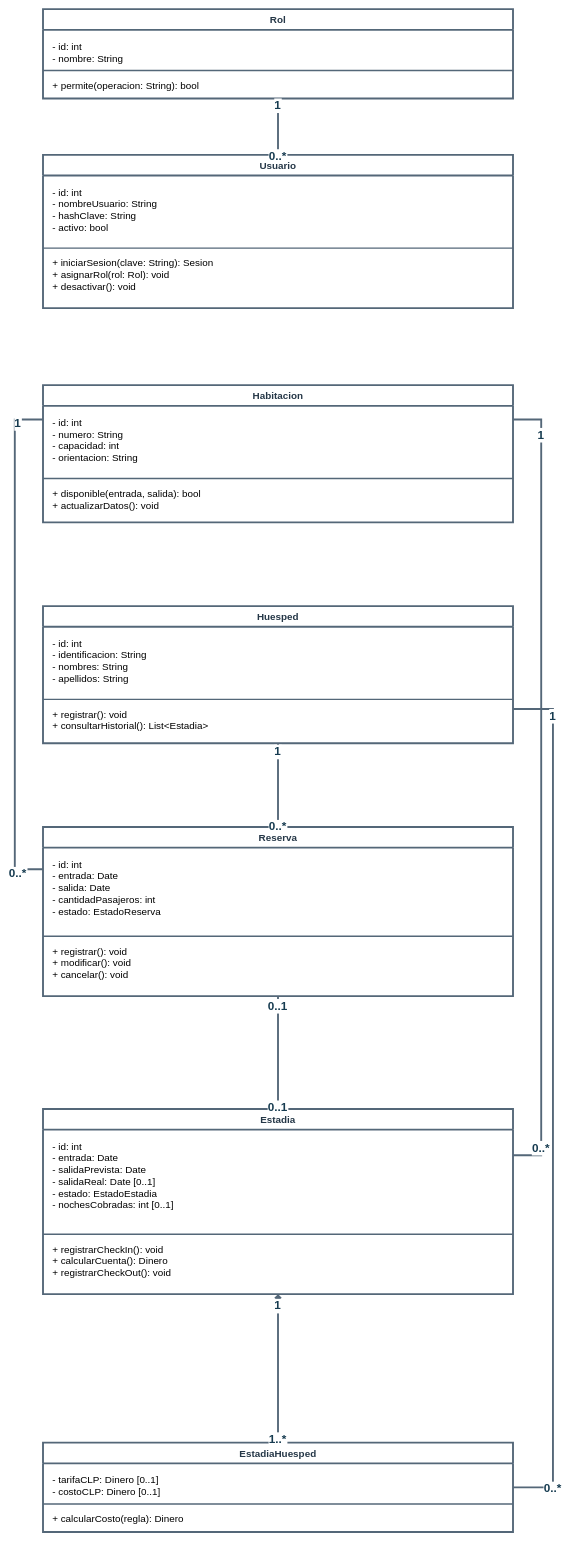
Yutre3/hotel-duerme-bien keeps this draw.io diagram as diagramas-editables/diagrama-de-clases.drawio. Above is the earlier version. Source tidied: cells renumbered, new cells numbered last; positions are measured from the earlier drawing's top-left corner, leaving out a move shared by most shapes. Both pictures are drawn from the tidied source at 47%, with x=0, y=0 at pixel (15, 9).
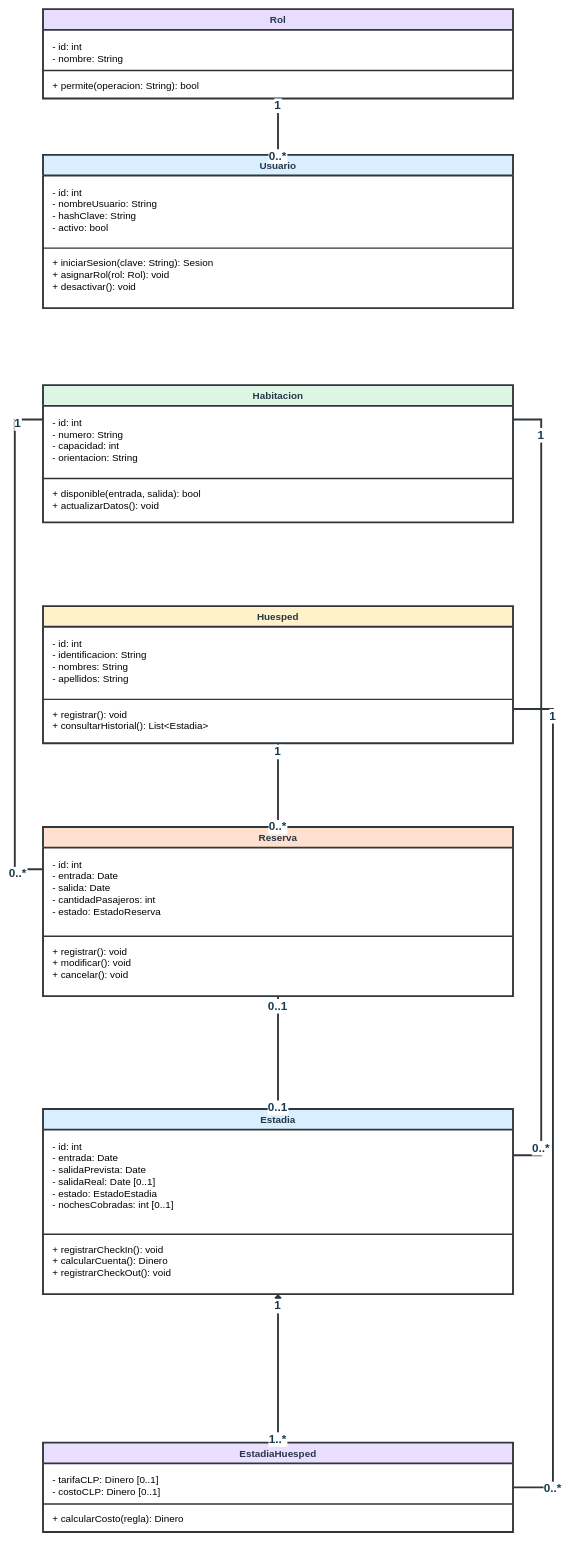
The same diagram, later.

Diff of the diagram source:
```diff
@@
-    <mxCell id="2" value="Rol" style="shape=swimlane;startSize=44;horizontal=1;html=0;whiteSpace=wrap;strokeColor=#546778;strokeWidth=4;fillColor=#ffffff;fontColor=#253747;fontSize=21;fontStyle=1;" parent="1" vertex="1">
+    <mxCell id="2" value="Rol" style="shape=swimlane;startSize=44;horizontal=1;html=0;whiteSpace=wrap;strokeColor=#30363b;strokeWidth=4;fillColor=#e8ddff;fontColor=#253747;fontSize=21;fontStyle=1;" parent="1" vertex="1">
       <mxGeometry x="60" width="1000" height="190" as="geometry" />
     </mxCell>
@@
-    <mxCell id="5" style="shape=line;strokeColor=#546778;strokeWidth=3;" parent="2" vertex="1">
+    <mxCell id="5" style="shape=line;strokeColor=#30363b;strokeWidth=3;" parent="2" vertex="1">
       <mxGeometry y="130" width="1000" height="1" as="geometry" />
     </mxCell>
-    <mxCell id="6" value="Usuario" style="shape=swimlane;startSize=44;horizontal=1;html=0;whiteSpace=wrap;strokeColor=#546778;strokeWidth=4;fillColor=#ffffff;fontColor=#253747;fontSize=21;fontStyle=1;" parent="1" vertex="1">
+    <mxCell id="6" value="Usuario" style="shape=swimlane;startSize=44;horizontal=1;html=0;whiteSpace=wrap;strokeColor=#30363b;strokeWidth=4;fillColor=#d9efff;fontColor=#253747;fontSize=21;fontStyle=1;" parent="1" vertex="1">
       <mxGeometry x="60" y="310" width="1000" height="326" as="geometry" />
     </mxCell>
@@
-    <mxCell id="9" style="shape=line;strokeColor=#546778;strokeWidth=3;" parent="6" vertex="1">
+    <mxCell id="9" style="shape=line;strokeColor=#30363b;strokeWidth=3;" parent="6" vertex="1">
       <mxGeometry y="198" width="1000" height="1" as="geometry" />
     </mxCell>
-    <mxCell id="10" value="Habitacion" style="shape=swimlane;startSize=44;horizontal=1;html=0;whiteSpace=wrap;strokeColor=#546778;strokeWidth=4;fillColor=#ffffff;fontColor=#253747;fontSize=21;fontStyle=1;" parent="1" vertex="1">
+    <mxCell id="10" value="Habitacion" style="shape=swimlane;startSize=44;horizontal=1;html=0;whiteSpace=wrap;strokeColor=#30363b;strokeWidth=4;fillColor=#dff5e3;fontColor=#253747;fontSize=21;fontStyle=1;" parent="1" vertex="1">
       <mxGeometry x="60" y="800" width="1000" height="292" as="geometry" />
     </mxCell>
@@
-    <mxCell id="13" style="shape=line;strokeColor=#546778;strokeWidth=3;" parent="10" vertex="1">
+    <mxCell id="13" style="shape=line;strokeColor=#30363b;strokeWidth=3;" parent="10" vertex="1">
       <mxGeometry y="198" width="1000" height="1" as="geometry" />
     </mxCell>
-    <mxCell id="14" value="Huesped" style="shape=swimlane;startSize=44;horizontal=1;html=0;whiteSpace=wrap;strokeColor=#546778;strokeWidth=4;fillColor=#ffffff;fontColor=#253747;fontSize=21;fontStyle=1;" parent="1" vertex="1">
+    <mxCell id="14" value="Huesped" style="shape=swimlane;startSize=44;horizontal=1;html=0;whiteSpace=wrap;strokeColor=#30363b;strokeWidth=4;fillColor=#fff1c9;fontColor=#253747;fontSize=21;fontStyle=1;" parent="1" vertex="1">
       <mxGeometry x="60" y="1270" width="1000" height="292" as="geometry" />
     </mxCell>
@@
-    <mxCell id="17" style="shape=line;strokeColor=#546778;strokeWidth=3;" parent="14" vertex="1">
+    <mxCell id="17" style="shape=line;strokeColor=#30363b;strokeWidth=3;" parent="14" vertex="1">
       <mxGeometry y="198" width="1000" height="1" as="geometry" />
     </mxCell>
-    <mxCell id="18" value="Reserva" style="shape=swimlane;startSize=44;horizontal=1;html=0;whiteSpace=wrap;strokeColor=#546778;strokeWidth=4;fillColor=#ffffff;fontColor=#253747;fontSize=21;fontStyle=1;" parent="1" vertex="1">
+    <mxCell id="18" value="Reserva" style="shape=swimlane;startSize=44;horizontal=1;html=0;whiteSpace=wrap;strokeColor=#30363b;strokeWidth=4;fillColor=#ffe0cf;fontColor=#253747;fontSize=21;fontStyle=1;" parent="1" vertex="1">
       <mxGeometry x="60" y="1740" width="1000" height="360" as="geometry" />
     </mxCell>
@@
-    <mxCell id="21" style="shape=line;strokeColor=#546778;strokeWidth=3;" parent="18" vertex="1">
+    <mxCell id="21" style="shape=line;strokeColor=#30363b;strokeWidth=3;" parent="18" vertex="1">
       <mxGeometry y="232" width="1000" height="1" as="geometry" />
     </mxCell>
-    <mxCell id="22" value="Estadia" style="shape=swimlane;startSize=44;horizontal=1;html=0;whiteSpace=wrap;strokeColor=#546778;strokeWidth=4;fillColor=#ffffff;fontColor=#253747;fontSize=21;fontStyle=1;" parent="1" vertex="1">
+    <mxCell id="22" value="Estadia" style="shape=swimlane;startSize=44;horizontal=1;html=0;whiteSpace=wrap;strokeColor=#30363b;strokeWidth=4;fillColor=#d9efff;fontColor=#253747;fontSize=21;fontStyle=1;" parent="1" vertex="1">
       <mxGeometry x="60" y="2340" width="1000" height="394" as="geometry" />
     </mxCell>
@@
-    <mxCell id="25" style="shape=line;strokeColor=#546778;strokeWidth=3;" parent="22" vertex="1">
+    <mxCell id="25" style="shape=line;strokeColor=#30363b;strokeWidth=3;" parent="22" vertex="1">
       <mxGeometry y="266" width="1000" height="1" as="geometry" />
     </mxCell>
-    <mxCell id="26" value="EstadiaHuesped" style="shape=swimlane;startSize=44;horizontal=1;html=0;whiteSpace=wrap;strokeColor=#546778;strokeWidth=4;fillColor=#ffffff;fontColor=#253747;fontSize=21;fontStyle=1;" parent="1" vertex="1">
+    <mxCell id="26" value="EstadiaHuesped" style="shape=swimlane;startSize=44;horizontal=1;html=0;whiteSpace=wrap;strokeColor=#30363b;strokeWidth=4;fillColor=#eadfff;fontColor=#253747;fontSize=21;fontStyle=1;" parent="1" vertex="1">
       <mxGeometry x="60" y="3050" width="1000" height="190" as="geometry" />
     </mxCell>
@@
-    <mxCell id="29" style="shape=line;strokeColor=#546778;strokeWidth=3;" parent="26" vertex="1">
+    <mxCell id="29" style="shape=line;strokeColor=#30363b;strokeWidth=3;" parent="26" vertex="1">
       <mxGeometry y="130" width="1000" height="1" as="geometry" />
     </mxCell>
-    <mxCell id="30" style="html=0;edgeStyle=orthogonalEdgeStyle;jettySize=32;rounded=0;strokeWidth=4;strokeColor=#546778;fontSize=22;fontStyle=1;fontColor=#163b50;labelBackgroundColor=#ffffff;endArrow=none;endFill=0;startArrow=none;startFill=0;exitX=0.5;exitY=1;exitPerimeter=0;entryX=0.5;entryY=0;entryPerimeter=0;" parent="1" edge="1" source="2" target="6">
+    <mxCell id="30" style="html=0;edgeStyle=orthogonalEdgeStyle;jettySize=32;rounded=0;strokeWidth=4;strokeColor=#30363b;fontSize=22;fontStyle=1;fontColor=#163b50;labelBackgroundColor=#ffffff;endArrow=none;endFill=0;startArrow=none;startFill=0;exitX=0.5;exitY=1;exitPerimeter=0;entryX=0.5;entryY=0;entryPerimeter=0;" parent="1" edge="1" source="2" target="6">
       <mxGeometry relative="1" as="geometry" />
     </mxCell>
@@
-    <mxCell id="33" style="html=0;edgeStyle=orthogonalEdgeStyle;jettySize=32;rounded=0;strokeWidth=4;strokeColor=#546778;fontSize=22;fontStyle=1;fontColor=#163b50;labelBackgroundColor=#ffffff;endArrow=none;endFill=0;startArrow=none;startFill=0;exitX=0;exitY=0.25;exitPerimeter=0;entryX=0;entryY=0.25;entryPerimeter=0;" parent="1" edge="1" source="10" target="18">
+    <mxCell id="33" style="html=0;edgeStyle=orthogonalEdgeStyle;jettySize=32;rounded=0;strokeWidth=4;strokeColor=#30363b;fontSize=22;fontStyle=1;fontColor=#163b50;labelBackgroundColor=#ffffff;endArrow=none;endFill=0;startArrow=none;startFill=0;exitX=0;exitY=0.25;exitPerimeter=0;entryX=0;entryY=0.25;entryPerimeter=0;" parent="1" edge="1" source="10" target="18">
       <mxGeometry relative="1" as="geometry">
         <Array as="points">
           <mxPoint y="873" />
           <mxPoint y="1830" />
         </Array>
       </mxGeometry>
     </mxCell>
@@
-    <mxCell id="36" style="html=0;edgeStyle=orthogonalEdgeStyle;jettySize=32;rounded=0;strokeWidth=4;strokeColor=#546778;fontSize=22;fontStyle=1;fontColor=#163b50;labelBackgroundColor=#ffffff;endArrow=none;endFill=0;startArrow=none;startFill=0;exitX=1;exitY=0.25;exitPerimeter=0;entryX=1;entryY=0.25;entryPerimeter=0;" parent="1" edge="1" source="10" target="22">
+    <mxCell id="36" style="html=0;edgeStyle=orthogonalEdgeStyle;jettySize=32;rounded=0;strokeWidth=4;strokeColor=#30363b;fontSize=22;fontStyle=1;fontColor=#163b50;labelBackgroundColor=#ffffff;endArrow=none;endFill=0;startArrow=none;startFill=0;exitX=1;exitY=0.25;exitPerimeter=0;entryX=1;entryY=0.25;entryPerimeter=0;" parent="1" edge="1" source="10" target="22">
       <mxGeometry relative="1" as="geometry">
         <Array as="points">
           <mxPoint x="1120" y="873" />
           <mxPoint x="1120" y="2438.5" />
         </Array>
       </mxGeometry>
     </mxCell>
@@
-    <mxCell id="39" style="html=0;edgeStyle=orthogonalEdgeStyle;jettySize=32;rounded=0;strokeWidth=4;strokeColor=#546778;fontSize=22;fontStyle=1;fontColor=#163b50;labelBackgroundColor=#ffffff;endArrow=none;endFill=0;startArrow=none;startFill=0;exitX=0.5;exitY=1;exitPerimeter=0;entryX=0.5;entryY=0;entryPerimeter=0;" parent="1" edge="1" source="14" target="18">
+    <mxCell id="39" style="html=0;edgeStyle=orthogonalEdgeStyle;jettySize=32;rounded=0;strokeWidth=4;strokeColor=#30363b;fontSize=22;fontStyle=1;fontColor=#163b50;labelBackgroundColor=#ffffff;endArrow=none;endFill=0;startArrow=none;startFill=0;exitX=0.5;exitY=1;exitPerimeter=0;entryX=0.5;entryY=0;entryPerimeter=0;" parent="1" edge="1" source="14" target="18">
       <mxGeometry relative="1" as="geometry" />
     </mxCell>
@@
-    <mxCell id="42" style="html=0;edgeStyle=orthogonalEdgeStyle;jettySize=32;rounded=0;strokeWidth=4;strokeColor=#546778;fontSize=22;fontStyle=1;fontColor=#163b50;labelBackgroundColor=#ffffff;endArrow=none;endFill=0;startArrow=none;startFill=0;exitX=0.5;exitY=1;exitPerimeter=0;entryX=0.5;entryY=0;entryPerimeter=0;" parent="1" edge="1" source="18" target="22">
+    <mxCell id="42" style="html=0;edgeStyle=orthogonalEdgeStyle;jettySize=32;rounded=0;strokeWidth=4;strokeColor=#30363b;fontSize=22;fontStyle=1;fontColor=#163b50;labelBackgroundColor=#ffffff;endArrow=none;endFill=0;startArrow=none;startFill=0;exitX=0.5;exitY=1;exitPerimeter=0;entryX=0.5;entryY=0;entryPerimeter=0;" parent="1" edge="1" source="18" target="22">
       <mxGeometry relative="1" as="geometry" />
     </mxCell>
@@
-    <mxCell id="45" style="html=0;edgeStyle=orthogonalEdgeStyle;jettySize=32;rounded=0;strokeWidth=4;strokeColor=#546778;fontSize=22;fontStyle=1;fontColor=#163b50;labelBackgroundColor=#ffffff;endArrow=none;endFill=0;startArrow=diamond;startFill=1;exitX=0.5;exitY=1;exitPerimeter=0;entryX=0.5;entryY=0;entryPerimeter=0;" parent="1" edge="1" source="22" target="26">
+    <mxCell id="45" style="html=0;edgeStyle=orthogonalEdgeStyle;jettySize=32;rounded=0;strokeWidth=4;strokeColor=#30363b;fontSize=22;fontStyle=1;fontColor=#163b50;labelBackgroundColor=#ffffff;endArrow=none;endFill=0;startArrow=diamond;startFill=1;exitX=0.5;exitY=1;exitPerimeter=0;entryX=0.5;entryY=0;entryPerimeter=0;" parent="1" edge="1" source="22" target="26">
       <mxGeometry relative="1" as="geometry" />
     </mxCell>
@@
-    <mxCell id="48" style="html=0;edgeStyle=orthogonalEdgeStyle;jettySize=32;rounded=0;strokeWidth=4;strokeColor=#546778;fontSize=22;fontStyle=1;fontColor=#163b50;labelBackgroundColor=#ffffff;endArrow=none;endFill=0;startArrow=none;startFill=0;exitX=1;exitY=0.75;exitPerimeter=0;entryX=1;entryY=0.5;entryPerimeter=0;" parent="1" edge="1" source="14" target="26">
+    <mxCell id="48" style="html=0;edgeStyle=orthogonalEdgeStyle;jettySize=32;rounded=0;strokeWidth=4;strokeColor=#30363b;fontSize=22;fontStyle=1;fontColor=#163b50;labelBackgroundColor=#ffffff;endArrow=none;endFill=0;startArrow=none;startFill=0;exitX=1;exitY=0.75;exitPerimeter=0;entryX=1;entryY=0.5;entryPerimeter=0;" parent="1" edge="1" source="14" target="26">
       <mxGeometry relative="1" as="geometry">
         <Array as="points">
           <mxPoint x="1145" y="1489" />
           <mxPoint x="1145" y="3145" />
         </Array>
       </mxGeometry>
     </mxCell>
```
